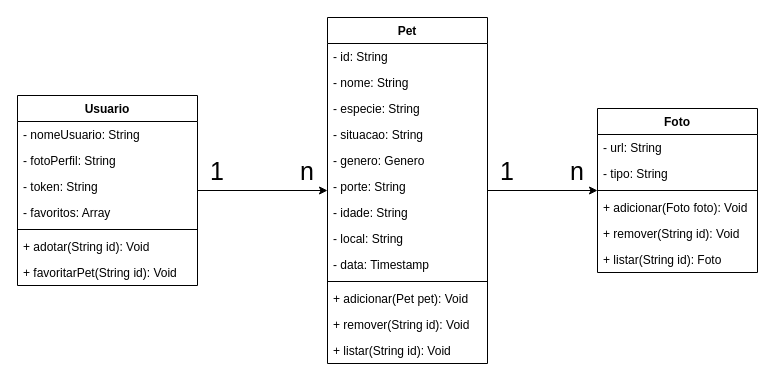
Earlier version of the draw.io diagram Diagrama de Classe.drawio (viniciussilverio/petsgo). Source tidied: cells renumbered, new cells numbered last; positions are measured from the earlier drawing's top-left corner, leaving out a move shared by most shapes. Both pictures are drawn from the tidied source at 100%, with x=0, y=0 at pixel (17, 17).
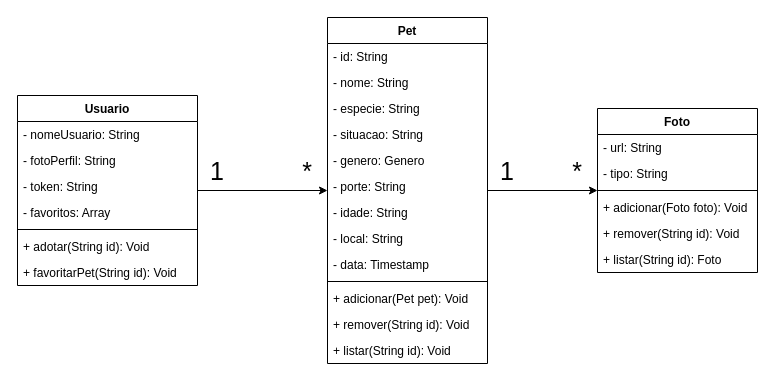
The same page after the edit.

Diff of the diagram source:
```diff
@@
-    <mxCell id="34" value="&lt;font style=&quot;font-size: 25px&quot;&gt;n&lt;/font&gt;" style="text;html=1;strokeColor=none;fillColor=none;align=center;verticalAlign=middle;whiteSpace=wrap;rounded=0;" parent="1" vertex="1">
+    <mxCell id="34" value="&lt;font style=&quot;font-size: 25px&quot;&gt;*&lt;/font&gt;" style="text;html=1;strokeColor=none;fillColor=none;align=center;verticalAlign=middle;whiteSpace=wrap;rounded=0;" parent="1" vertex="1">
       <mxGeometry x="270" y="143" width="40" height="20" as="geometry" />
     </mxCell>
-    <mxCell id="35" value="&lt;font style=&quot;font-size: 25px&quot;&gt;n&lt;/font&gt;" style="text;html=1;strokeColor=none;fillColor=none;align=center;verticalAlign=middle;whiteSpace=wrap;rounded=0;" parent="1" vertex="1">
+    <mxCell id="35" value="&lt;font style=&quot;font-size: 25px&quot;&gt;*&lt;/font&gt;" style="text;html=1;strokeColor=none;fillColor=none;align=center;verticalAlign=middle;whiteSpace=wrap;rounded=0;" parent="1" vertex="1">
       <mxGeometry x="540" y="143" width="40" height="20" as="geometry" />
     </mxCell>
```
